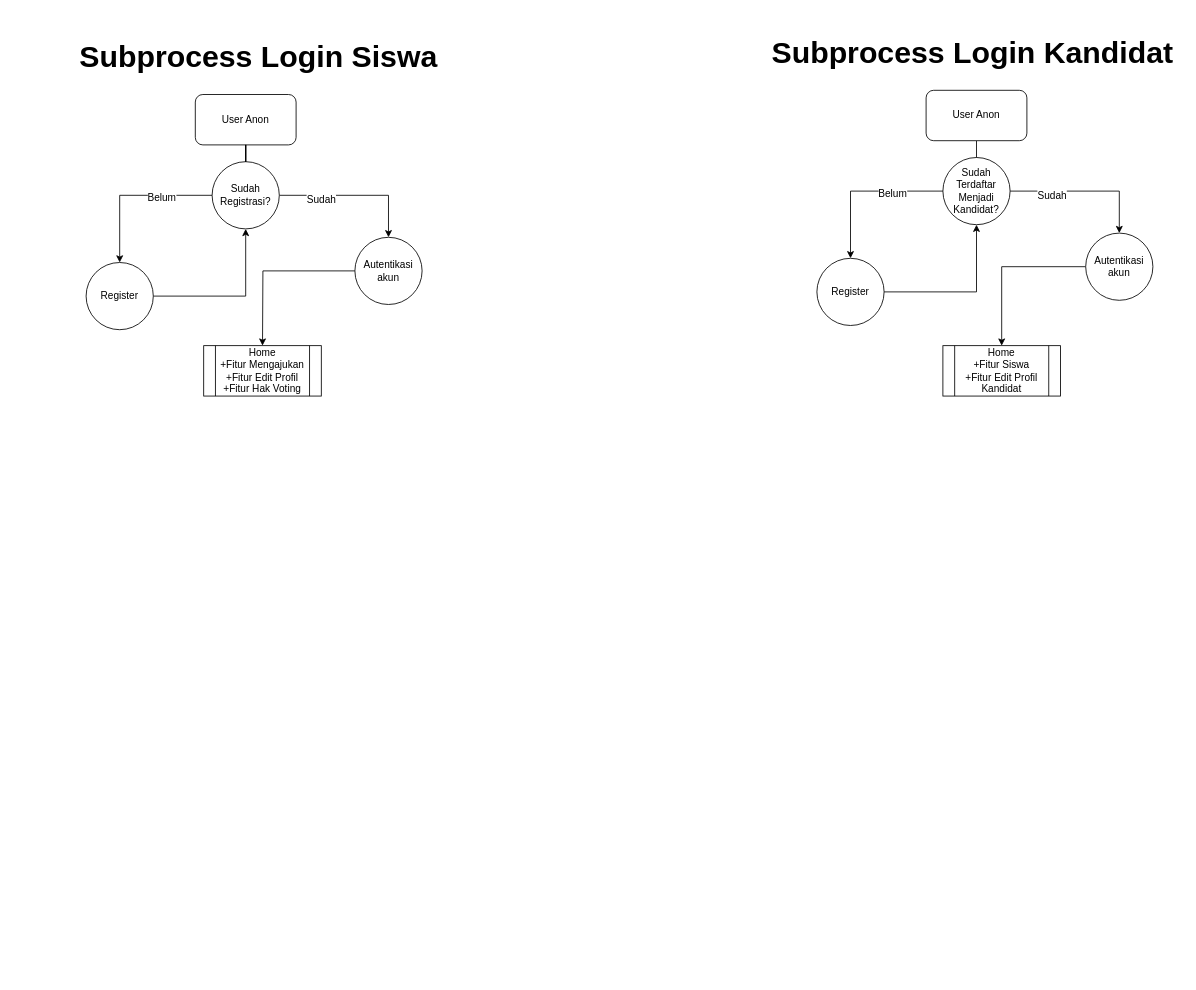
Above: page "Subprocess Siswa" (2 of 3) of DFD Voting OSIS.drawio in bintang-prayoga/erd-voting-osis (draw.io), before the change. Source tidied: cells renumbered, new cells numbered last; positions are measured from the earlier drawing's top-left corner, leaving out a move shared by most shapes. Both pictures are drawn from the tidied source at 84%, with x=0, y=0 at pixel (69, 14).
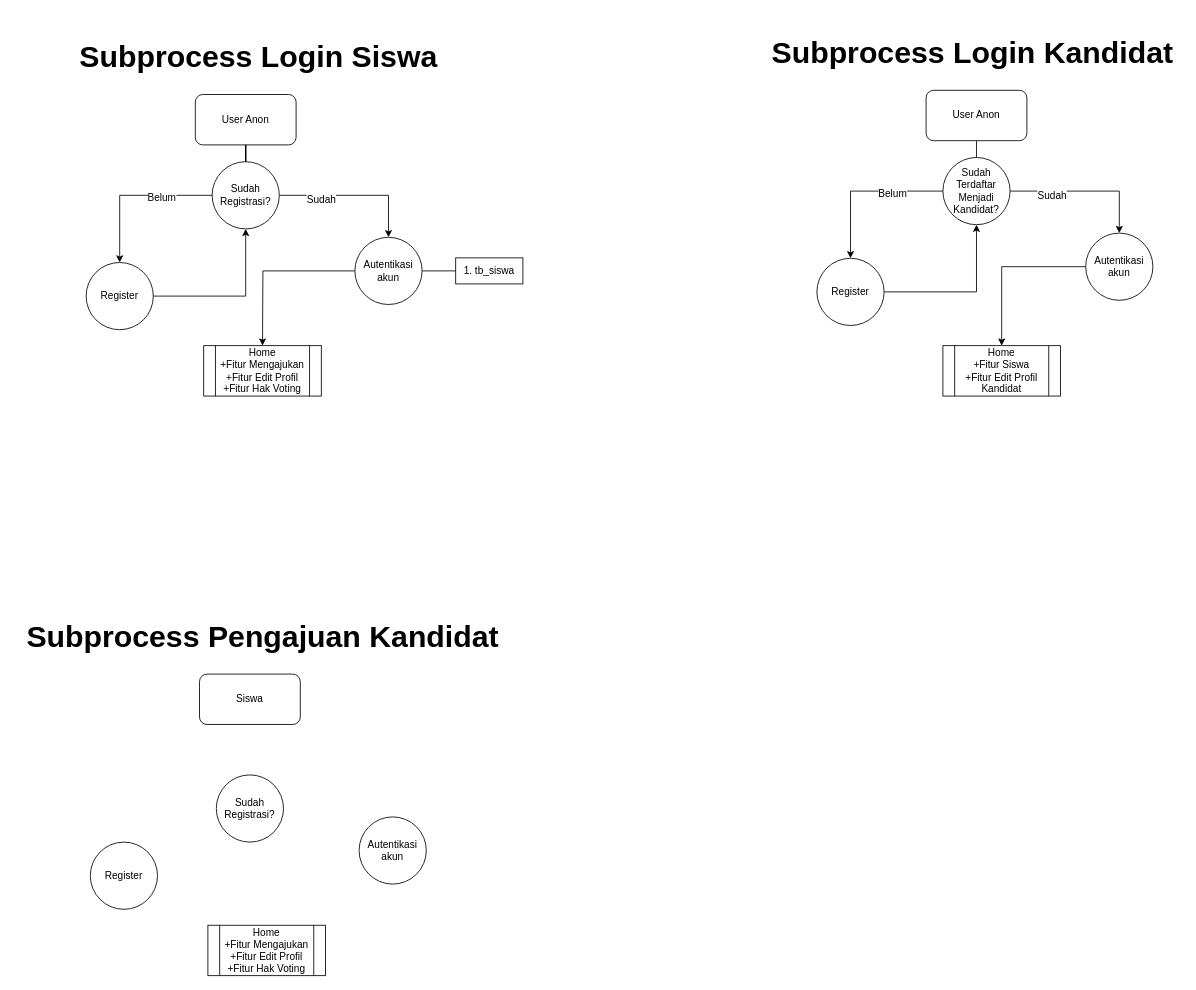
After the change.

The change refers to these unchanged cells:
```xml
<mxCell id="11" value="Autentikasi&lt;br&gt;akun" style="ellipse;whiteSpace=wrap;html=1;fontFamily=Helvetica;fontSize=12;" parent="1" vertex="1">
  <mxGeometry x="340" y="265" width="80" height="80" as="geometry" />
</mxCell>
```

Change to the diagram source:
```diff
@@
+    <mxCell id="27" value="&lt;h1&gt;&lt;font style=&quot;font-size: 36px;&quot;&gt;Subprocess Pengajuan Kandidat&lt;/font&gt;&lt;/h1&gt;" style="text;html=1;align=center;verticalAlign=middle;strokeColor=none;fillColor=none;" parent="1" vertex="1">
+      <mxGeometry x="-65" y="695" width="590" height="90" as="geometry" />
+    </mxCell>
+    <mxCell id="28" value="Siswa" style="rounded=1;whiteSpace=wrap;html=1;fontFamily=Helvetica;fontSize=12;" parent="1" vertex="1">
+      <mxGeometry x="155" y="785" width="120" height="60" as="geometry" />
+    </mxCell>
+    <mxCell id="29" value="Register" style="ellipse;whiteSpace=wrap;html=1;fontFamily=Helvetica;fontSize=12;" parent="1" vertex="1">
+      <mxGeometry x="25" y="985" width="80" height="80" as="geometry" />
+    </mxCell>
+    <mxCell id="30" value="Autentikasi&lt;br&gt;akun" style="ellipse;whiteSpace=wrap;html=1;fontFamily=Helvetica;fontSize=12;" parent="1" vertex="1">
+      <mxGeometry x="345" y="955" width="80" height="80" as="geometry" />
+    </mxCell>
+    <mxCell id="31" value="Sudah Registrasi?" style="ellipse;whiteSpace=wrap;html=1;fontFamily=Helvetica;fontSize=12;" parent="1" vertex="1">
+      <mxGeometry x="175" y="905" width="80" height="80" as="geometry" />
+    </mxCell>
+    <mxCell id="32" value="Home&lt;br&gt;+Fitur Mengajukan&lt;br&gt;+Fitur Edit Profil&lt;br&gt;+Fitur Hak Voting" style="shape=process;whiteSpace=wrap;html=1;backgroundOutline=1;" parent="1" vertex="1">
+      <mxGeometry x="165" y="1084" width="140" height="60" as="geometry" />
+    </mxCell>
+    <mxCell id="33" value="1. tb_siswa" style="rounded=0;whiteSpace=wrap;html=1;" parent="1" vertex="1">
+      <mxGeometry x="460" y="289.5" width="80" height="31" as="geometry" />
+    </mxCell>
+    <mxCell id="34" style="endArrow=none;html=1;rounded=0;entryX=0;entryY=0.5;entryDx=0;entryDy=0;exitX=1;exitY=0.5;exitDx=0;exitDy=0;" parent="1" edge="1" source="11" target="33">
+      <mxGeometry relative="1" as="geometry" />
+    </mxCell>
```
